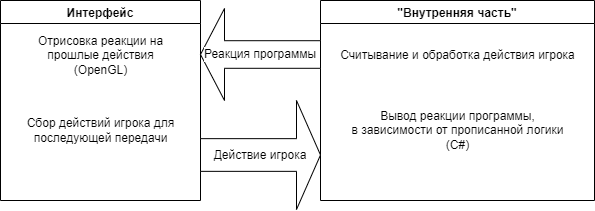
Earlier version of the draw.io export docs/lab4.png (KepplerCatter/Munchkin-AppGame). Source tidied: cells renumbered, new cells last; positions are measured from the earlier drawing's top-left corner, leaving out a move shared by most shapes.
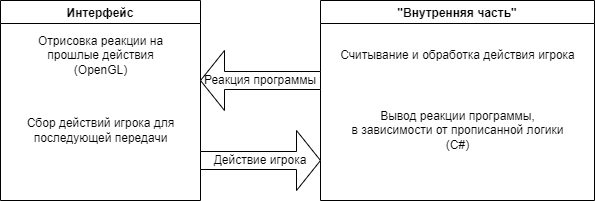
Later version of the same file.

Change to the diagram source:
```diff
@@ -1,30 +1,30 @@
-<mxGraphModel>
+<mxGraphModel background="#ffffff">
   <root>
     <mxCell id="0" />
     <mxCell id="1" parent="0" />
-    <mxCell id="2" value="Интерфейс" style="swimlane;labelBackgroundColor=default;labelBorderColor=none;perimeterSpacing=0;" parent="1" vertex="1">
+    <mxCell id="2" value="Интерфейс" style="swimlane;labelBackgroundColor=none;labelBorderColor=none;fontColor=default;" parent="1" vertex="1">
       <mxGeometry width="200" height="200" as="geometry" />
     </mxCell>
-    <mxCell id="3" value="Отрисовка реакции на &lt;br&gt;прошлые действия&lt;br&gt;(OpenGL)" style="text;html=1;align=center;verticalAlign=middle;strokeColor=none;fillColor=none;fontColor=default;labelBackgroundColor=default;" parent="2" vertex="1">
+    <mxCell id="3" value="Отрисовка реакции на &lt;br&gt;прошлые действия&lt;br&gt;(OpenGL)" style="text;html=1;align=center;verticalAlign=middle;strokeColor=none;fillColor=none;fontColor=default;" parent="2" vertex="1">
       <mxGeometry x="25" y="25" width="150" height="60" as="geometry" />
     </mxCell>
-    <mxCell id="4" value="Сбор действий игрока для &lt;br&gt;последующей передачи" style="text;html=1;align=center;verticalAlign=middle;strokeColor=none;fillColor=none;fontColor=default;labelBackgroundColor=default;" parent="2" vertex="1">
+    <mxCell id="4" value="Сбор действий игрока для &lt;br&gt;последующей передачи" style="text;html=1;align=center;verticalAlign=middle;strokeColor=none;fillColor=none;fontColor=default;" parent="2" vertex="1">
       <mxGeometry x="15" y="110" width="170" height="40" as="geometry" />
     </mxCell>
-    <mxCell id="5" value="&quot;Внутренняя часть&quot;" style="swimlane;labelBackgroundColor=default;labelBorderColor=none;fontColor=default;fillColor=default;gradientColor=none;" parent="1" vertex="1">
+    <mxCell id="5" value="&quot;Внутренняя часть&quot;" style="swimlane;labelBackgroundColor=none;labelBorderColor=none;fontColor=default;" parent="1" vertex="1">
       <mxGeometry x="320" width="274" height="200" as="geometry" />
     </mxCell>
-    <mxCell id="6" value="Вывод реакции программы, &lt;br&gt;в зависимости от&amp;nbsp;прописанной логики&lt;br&gt;(C#)" style="text;html=1;align=center;verticalAlign=middle;strokeColor=none;fillColor=none;fontColor=default;labelBackgroundColor=default;" parent="5" vertex="1">
+    <mxCell id="6" value="Вывод реакции программы, &lt;br&gt;в зависимости от&amp;nbsp;прописанной логики&lt;br&gt;(C#)" style="text;html=1;align=center;verticalAlign=middle;strokeColor=none;fillColor=none;fontColor=default;" parent="5" vertex="1">
       <mxGeometry x="17" y="100" width="240" height="60" as="geometry" />
     </mxCell>
-    <mxCell id="7" value="Считывание и обработка действия игрока" style="text;html=1;align=center;verticalAlign=middle;strokeColor=none;fillColor=none;fontColor=default;labelBackgroundColor=default;" parent="5" vertex="1">
+    <mxCell id="7" value="Считывание и обработка действия игрока" style="text;html=1;align=center;verticalAlign=middle;strokeColor=none;fillColor=none;fontColor=default;" parent="5" vertex="1">
       <mxGeometry x="7" y="40" width="260" height="30" as="geometry" />
     </mxCell>
-    <mxCell id="8" value="Реакция программы" style="shape=singleArrow;direction=west;whiteSpace=wrap;html=1;labelBackgroundColor=default;labelBorderColor=none;fontColor=default;" parent="1" vertex="1">
-      <mxGeometry x="200" y="8" width="120" height="92" as="geometry" />
+    <mxCell id="8" value="Реакция программы" style="shape=singleArrow;direction=west;whiteSpace=wrap;html=1;labelBackgroundColor=none;labelBorderColor=none;fontColor=default;" parent="1" vertex="1">
+      <mxGeometry x="200" y="50" width="120" height="60" as="geometry" />
     </mxCell>
-    <mxCell id="9" value="Действие игрока" style="shape=singleArrow;whiteSpace=wrap;html=1;labelBackgroundColor=default;labelBorderColor=none;fontColor=default;" parent="1" vertex="1">
-      <mxGeometry x="200" y="100" width="120" height="109" as="geometry" />
+    <mxCell id="9" value="Действие игрока" style="shape=singleArrow;whiteSpace=wrap;html=1;labelBackgroundColor=none;labelBorderColor=none;fontColor=default;" parent="1" vertex="1">
+      <mxGeometry x="200" y="130" width="120" height="60" as="geometry" />
     </mxCell>
   </root>
 </mxGraphModel>
```
